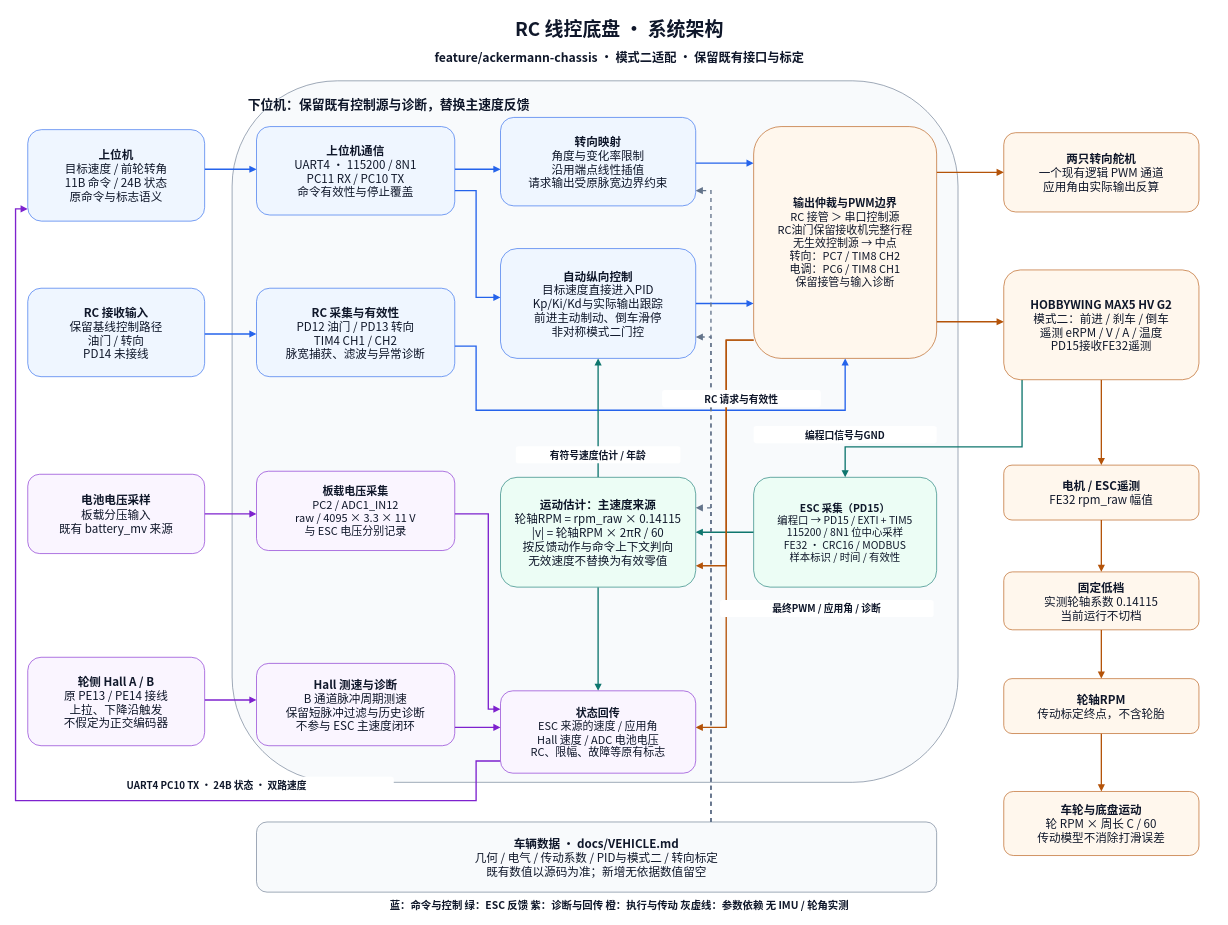
The draw.io diagram docs/diagrams/chassis.drawio in XM-LEES/RCCar-Firmware, before the edit. Source tidied: cells renumbered, new cells numbered last; positions are measured from the earlier drawing's top-left corner, leaving out a move shared by most shapes. Both pictures are drawn from the tidied source at 61%, with x=0, y=0 at pixel (15, 10).
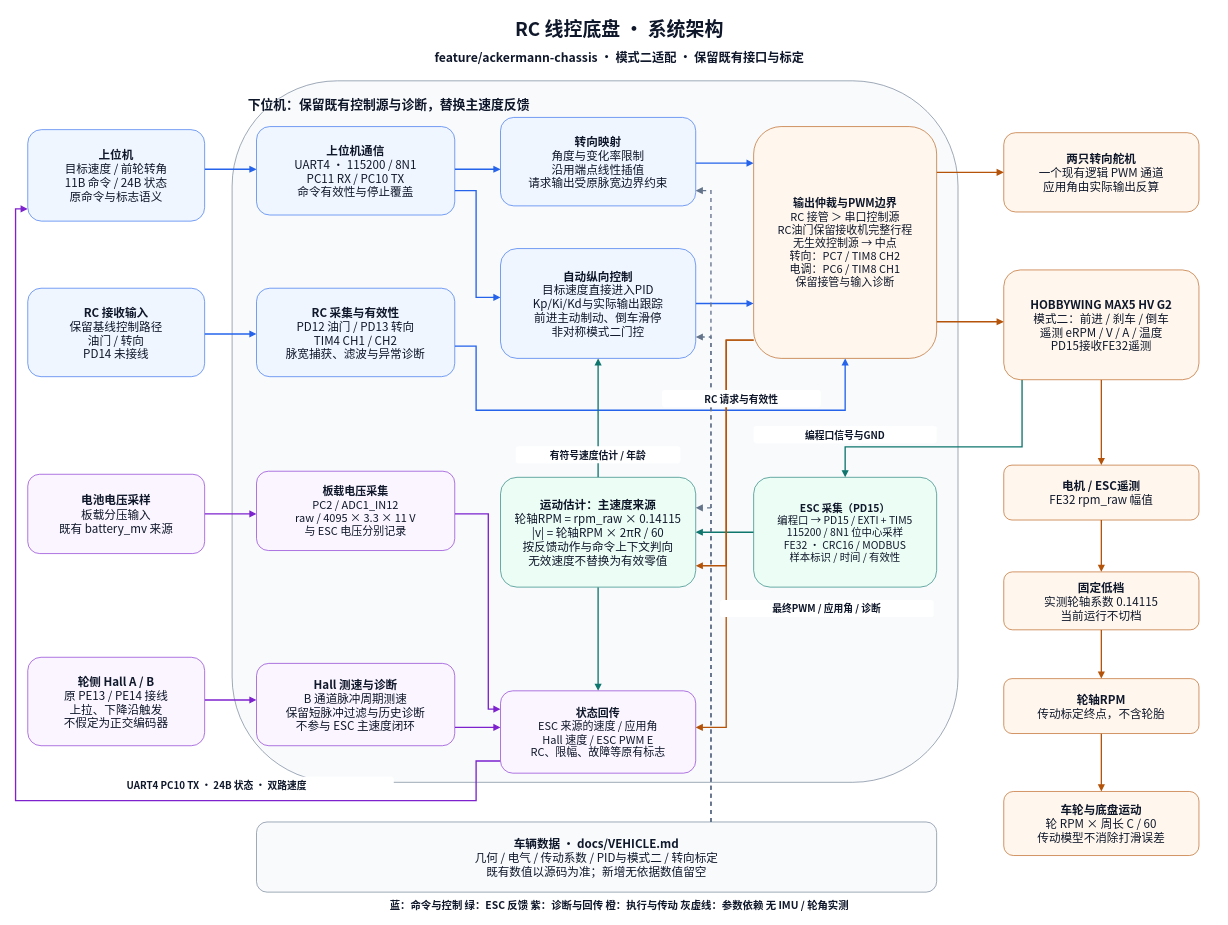
Above is the later version.

Change to the diagram source:
```diff
@@
-    <mxCell id="47" value="&lt;b&gt;状态回传&lt;/b&gt;&lt;br&gt;ESC 来源的速度 / 应用角&lt;br&gt;Hall 速度 / ADC 电池电压&lt;br&gt;RC、限幅、故障等原有标志" style="rounded=1;whiteSpace=wrap;html=1;fontFamily=Noto Sans CJK SC;fontSize=18;fontColor=#0f172a;fillColor=#faf5ff;strokeColor=#7e22ce;spacing=8;" parent="1" vertex="1">
+    <mxCell id="47" value="&lt;b&gt;状态回传&lt;/b&gt;&lt;br&gt;ESC 来源的速度 / 应用角&lt;br&gt;Hall 速度 / ESC PWM E&lt;br&gt;RC、限幅、故障等原有标志" style="rounded=1;whiteSpace=wrap;html=1;fontFamily=Noto Sans CJK SC;fontSize=18;fontColor=#0f172a;fillColor=#faf5ff;strokeColor=#7e22ce;spacing=8;" parent="1" vertex="1">
       <mxGeometry x="795" y="1115" width="320" height="135" as="geometry" />
     </mxCell>
```
